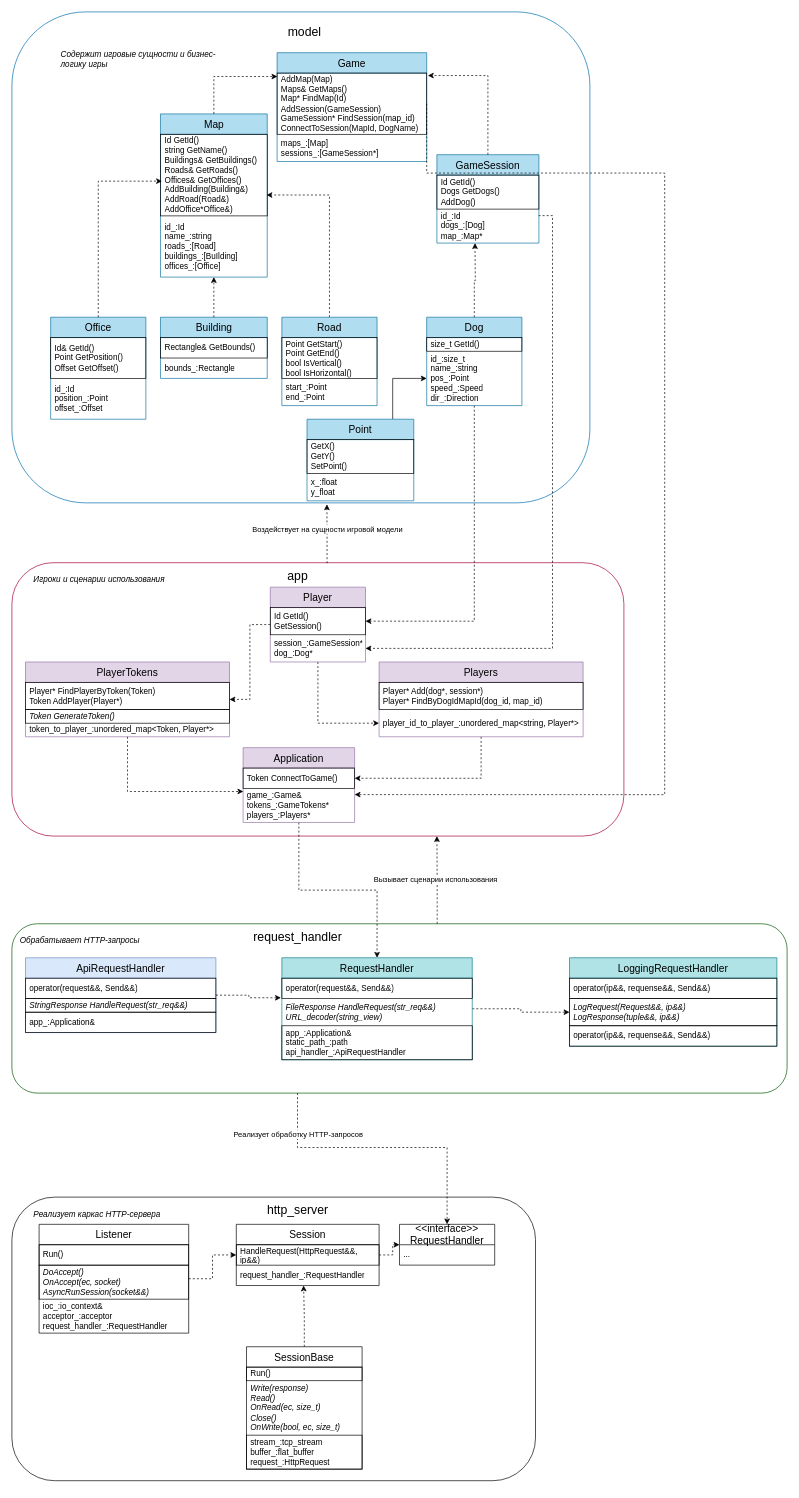
Lest152/useful_code keeps this draw.io diagram as myGame.drawio. Above is the earlier version. Source tidied: cells renumbered, new cells numbered last; positions are measured from the earlier drawing's top-left corner, leaving out a move shared by most shapes. Both pictures are drawn from the tidied source at 68%, with x=0, y=0 at pixel (12, 12).
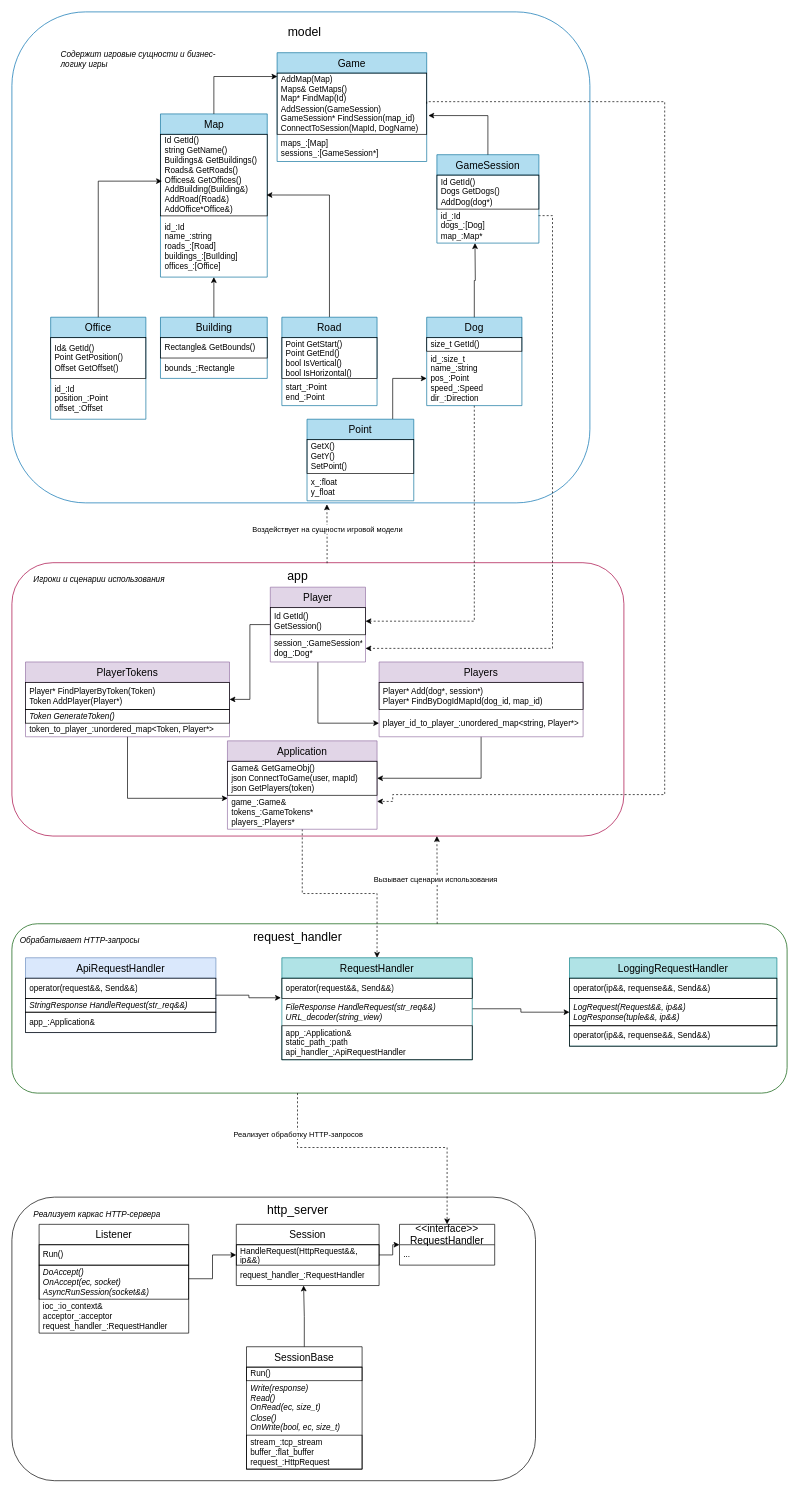
Above is the later version.

The change refers to these unchanged cells:
```xml
<mxCell id="5" value="AddMap(Map)&lt;br&gt;Maps&amp;amp; GetMaps()&lt;br&gt;Map* FindMap(Id)&lt;br&gt;AddSession(GameSession)&lt;br&gt;GameSession* FindSession(map_id)&lt;br&gt;ConnectToSession(MapId, DogName)" style="text;strokeColor=default;fillColor=none;align=left;verticalAlign=middle;spacingLeft=4;spacingRight=4;overflow=hidden;points=[[0,0.5],[1,0.5]];portConstraint=eastwest;whiteSpace=wrap;html=1;shadow=0;" parent="4" vertex="1">
  <mxGeometry y="30" width="220" height="90" as="geometry" />
</mxCell>
<mxCell id="7" value="&lt;font style=&quot;font-size: 15px;&quot;&gt;Map&lt;/font&gt;" style="swimlane;fontStyle=0;horizontal=1;startSize=30;whiteSpace=wrap;html=1;fillColor=#b1ddf0;strokeColor=#10739e;" parent="1" vertex="1">
  <mxGeometry x="218.5" y="150" width="157" height="240" as="geometry" />
</mxCell>
<mxCell id="8" value="Id GetId()&lt;br&gt;string GetName()&lt;br&gt;Buildings&amp;amp; GetBuildings()&lt;br&gt;Roads&amp;amp; GetRoads()&lt;br&gt;Offices&amp;amp; GetOffices()&lt;br&gt;AddBuilding(Building&amp;amp;)&lt;br&gt;AddRoad(Road&amp;amp;)&lt;br&gt;AddOffice*Office&amp;amp;)" style="text;strokeColor=default;fillColor=none;align=left;verticalAlign=middle;spacingLeft=4;spacingRight=4;overflow=hidden;points=[[0,0.5],[1,0.5]];portConstraint=eastwest;whiteSpace=wrap;html=1;" parent="7" vertex="1">
  <mxGeometry y="30" width="157" height="120" as="geometry" />
</mxCell>
<mxCell id="11" value="&lt;font style=&quot;font-size: 15px;&quot;&gt;GameSession&lt;/font&gt;" style="swimlane;fontStyle=0;horizontal=1;startSize=30;whiteSpace=wrap;html=1;fillColor=#b1ddf0;strokeColor=#10739e;" parent="1" vertex="1">
  <mxGeometry x="625" y="210" width="150" height="130" as="geometry" />
</mxCell>
<mxCell id="21" value="&lt;span style=&quot;font-size: 15px;&quot;&gt;Player&lt;/span&gt;" style="swimlane;fontStyle=0;horizontal=1;startSize=30;whiteSpace=wrap;html=1;fillColor=#e1d5e7;strokeColor=#9673a6;" parent="1" vertex="1">
  <mxGeometry x="380" y="846" width="140" height="110" as="geometry" />
</mxCell>
<mxCell id="33" value="&lt;span style=&quot;font-size: 15px;&quot;&gt;RequestHandler&lt;/span&gt;" style="swimlane;fontStyle=0;horizontal=1;startSize=30;whiteSpace=wrap;html=1;fillColor=#b0e3e6;strokeColor=#0e8088;" parent="1" vertex="1">
  <mxGeometry x="397" y="1391" width="280" height="150" as="geometry" />
</mxCell>
<mxCell id="34" value="operator(request&amp;amp;&amp;amp;, Send&amp;amp;&amp;amp;)" style="text;strokeColor=default;fillColor=none;align=left;verticalAlign=middle;spacingLeft=4;spacingRight=4;overflow=hidden;points=[[0,0.5],[1,0.5]];portConstraint=eastwest;whiteSpace=wrap;html=1;" parent="33" vertex="1">
  <mxGeometry y="30" width="280" height="30" as="geometry" />
</mxCell>
<mxCell id="44" value="&lt;span style=&quot;font-size: 15px;&quot;&gt;Session&lt;/span&gt;" style="swimlane;fontStyle=0;horizontal=1;startSize=30;whiteSpace=wrap;html=1;" parent="1" vertex="1">
  <mxGeometry x="330" y="1783" width="210" height="90" as="geometry" />
</mxCell>
<mxCell id="51" value="&lt;span style=&quot;font-size: 15px;&quot;&gt;Listener&lt;/span&gt;" style="swimlane;fontStyle=0;horizontal=1;startSize=30;whiteSpace=wrap;html=1;" parent="1" vertex="1">
  <mxGeometry x="40" y="1783" width="220" height="160" as="geometry" />
</mxCell>
<mxCell id="55" value="&lt;span style=&quot;font-size: 15px;&quot;&gt;&amp;lt;&amp;lt;interface&amp;gt;&amp;gt;&lt;br&gt;RequestHandler&lt;br&gt;&lt;/span&gt;" style="swimlane;fontStyle=0;horizontal=1;startSize=30;whiteSpace=wrap;html=1;" parent="1" vertex="1">
  <mxGeometry x="570" y="1783" width="140" height="60" as="geometry" />
</mxCell>
<mxCell id="57" value="&lt;font style=&quot;font-size: 15px;&quot;&gt;Office&lt;/font&gt;" style="swimlane;fontStyle=0;horizontal=1;startSize=30;whiteSpace=wrap;html=1;fillColor=#b1ddf0;strokeColor=#10739e;" parent="1" vertex="1">
  <mxGeometry x="57" y="449" width="140" height="150" as="geometry" />
</mxCell>
<mxCell id="60" value="&lt;font style=&quot;font-size: 15px;&quot;&gt;Building&lt;/font&gt;" style="swimlane;fontStyle=0;horizontal=1;startSize=30;whiteSpace=wrap;html=1;fillColor=#b1ddf0;strokeColor=#10739e;" parent="1" vertex="1">
  <mxGeometry x="218.5" y="449" width="157" height="90" as="geometry" />
</mxCell>
<mxCell id="64" value="&lt;font style=&quot;font-size: 15px;&quot;&gt;Road&lt;/font&gt;" style="swimlane;fontStyle=0;horizontal=1;startSize=30;whiteSpace=wrap;html=1;fillColor=#b1ddf0;strokeColor=#10739e;" parent="1" vertex="1">
  <mxGeometry x="397" y="449" width="140" height="130" as="geometry" />
</mxCell>
<mxCell id="70" value="&lt;font style=&quot;font-size: 15px;&quot;&gt;Dog&lt;/font&gt;" style="swimlane;fontStyle=0;horizontal=1;startSize=30;whiteSpace=wrap;html=1;fillColor=#b1ddf0;strokeColor=#10739e;" parent="1" vertex="1">
  <mxGeometry x="610" y="449" width="140" height="130" as="geometry" />
</mxCell>
<mxCell id="75" value="LogRequest(Request&amp;amp;&amp;amp;, ip&amp;amp;&amp;amp;)&lt;br&gt;LogResponse(tuple&amp;amp;&amp;amp;, ip&amp;amp;&amp;amp;)" style="text;strokeColor=default;fillColor=none;align=left;verticalAlign=middle;spacingLeft=4;spacingRight=4;overflow=hidden;points=[[0,0.5],[1,0.5]];portConstraint=eastwest;whiteSpace=wrap;html=1;fontStyle=2;" parent="73" vertex="1">
  <mxGeometry y="60" width="305" height="40" as="geometry" />
</mxCell>
<mxCell id="77" value="&lt;span style=&quot;font-size: 15px;&quot;&gt;SessionBase&lt;/span&gt;" style="swimlane;fontStyle=0;horizontal=1;startSize=30;whiteSpace=wrap;html=1;" parent="1" vertex="1">
  <mxGeometry x="345" y="1963" width="170" height="180" as="geometry" />
</mxCell>
<mxCell id="82" value="&lt;span style=&quot;font-size: 15px;&quot;&gt;PlayerTokens&lt;/span&gt;" style="swimlane;fontStyle=0;horizontal=1;startSize=30;whiteSpace=wrap;html=1;fillColor=#e1d5e7;strokeColor=#9673a6;" parent="1" vertex="1">
  <mxGeometry x="20" y="956" width="300" height="110" as="geometry" />
</mxCell>
<mxCell id="87" value="&lt;span style=&quot;font-size: 15px;&quot;&gt;Players&lt;/span&gt;" style="swimlane;fontStyle=0;horizontal=1;startSize=30;whiteSpace=wrap;html=1;fillColor=#e1d5e7;strokeColor=#9673a6;" parent="1" vertex="1">
  <mxGeometry x="540" y="956" width="300" height="110" as="geometry" />
</mxCell>
<mxCell id="89" value="player_id_to_player_:unordered_map&amp;lt;string, Player*&amp;gt;" style="text;strokeColor=none;fillColor=none;align=left;verticalAlign=middle;spacingLeft=4;spacingRight=4;overflow=hidden;points=[[0,0.5],[1,0.5]];portConstraint=eastwest;whiteSpace=wrap;html=1;" parent="87" vertex="1">
  <mxGeometry y="70" width="300" height="40" as="geometry" />
</mxCell>
<mxCell id="90" value="&lt;span style=&quot;font-size: 15px;&quot;&gt;ApiRequestHandler&lt;/span&gt;" style="swimlane;fontStyle=0;horizontal=1;startSize=30;whiteSpace=wrap;html=1;fillColor=#dae8fc;strokeColor=#6c8ebf;" parent="1" vertex="1">
  <mxGeometry x="20" y="1391" width="280" height="110" as="geometry" />
</mxCell>
```

What changed in the source:
```diff
@@
-    <mxCell id="12" value="&lt;span&gt;Id GetId()&lt;br&gt;Dogs GetDogs()&lt;br&gt;AddDog()&lt;br&gt;&lt;/span&gt;" style="text;strokeColor=default;fillColor=none;align=left;verticalAlign=middle;spacingLeft=4;spacingRight=4;overflow=hidden;whiteSpace=wrap;html=1;fontStyle=0;" parent="11" vertex="1">
+    <mxCell id="12" value="&lt;span&gt;Id GetId()&lt;br&gt;Dogs GetDogs()&lt;br&gt;AddDog(dog*)&lt;br&gt;&lt;/span&gt;" style="text;strokeColor=default;fillColor=none;align=left;verticalAlign=middle;spacingLeft=4;spacingRight=4;overflow=hidden;whiteSpace=wrap;html=1;fontStyle=0;" parent="11" vertex="1">
       <mxGeometry y="30" width="150" height="50" as="geometry" />
     </mxCell>
@@
-    <mxCell id="14" style="edgeStyle=orthogonalEdgeStyle;rounded=0;jettySize=auto;html=1;exitX=0.5;exitY=0;exitDx=0;exitDy=0;entryX=0.002;entryY=0.056;entryDx=0;entryDy=0;entryPerimeter=0;dashed=1;" parent="1" edge="1" source="7" target="5">
+    <mxCell id="14" style="edgeStyle=orthogonalEdgeStyle;rounded=0;jettySize=auto;html=1;exitX=0.5;exitY=0;exitDx=0;exitDy=0;entryX=0.002;entryY=0.056;entryDx=0;entryDy=0;entryPerimeter=0;" parent="1" edge="1" source="7" target="5">
       <mxGeometry relative="1" as="geometry" />
     </mxCell>
-    <mxCell id="15" style="edgeStyle=orthogonalEdgeStyle;rounded=0;jettySize=auto;html=1;exitX=0.5;exitY=0;exitDx=0;exitDy=0;entryX=1.008;entryY=0.04;entryDx=0;entryDy=0;entryPerimeter=0;dashed=1;" parent="1" edge="1" source="11" target="5">
+    <mxCell id="15" style="edgeStyle=orthogonalEdgeStyle;rounded=0;jettySize=auto;html=1;exitX=0.5;exitY=0;exitDx=0;exitDy=0;entryX=1.011;entryY=0.694;entryDx=0;entryDy=0;entryPerimeter=0;" parent="1" edge="1" source="11" target="5">
       <mxGeometry relative="1" as="geometry" />
     </mxCell>
@@
-    <mxCell id="19" style="edgeStyle=orthogonalEdgeStyle;rounded=0;jettySize=auto;html=1;dashed=1;" parent="1" edge="1" source="21" target="82">
+    <mxCell id="19" style="edgeStyle=orthogonalEdgeStyle;rounded=0;jettySize=auto;html=1;" parent="1" edge="1" source="21" target="82">
       <mxGeometry relative="1" as="geometry" />
     </mxCell>
-    <mxCell id="20" style="edgeStyle=orthogonalEdgeStyle;rounded=0;jettySize=auto;html=1;dashed=1;" parent="1" edge="1" source="21" target="89">
+    <mxCell id="20" style="edgeStyle=orthogonalEdgeStyle;rounded=0;jettySize=auto;html=1;" parent="1" edge="1" source="21" target="89">
       <mxGeometry relative="1" as="geometry" />
     </mxCell>
@@
-    <mxCell id="32" style="edgeStyle=orthogonalEdgeStyle;rounded=0;jettySize=auto;html=1;entryX=0;entryY=0.5;entryDx=0;entryDy=0;dashed=1;" parent="1" edge="1" source="33" target="75">
+    <mxCell id="32" style="edgeStyle=orthogonalEdgeStyle;rounded=0;jettySize=auto;html=1;entryX=0;entryY=0.5;entryDx=0;entryDy=0;" parent="1" edge="1" source="33" target="75">
       <mxGeometry relative="1" as="geometry" />
     </mxCell>
@@
-    <mxCell id="43" style="edgeStyle=orthogonalEdgeStyle;rounded=0;jettySize=auto;html=1;entryX=0;entryY=0.5;entryDx=0;entryDy=0;dashed=1;" parent="1" edge="1" source="44" target="55">
+    <mxCell id="43" style="edgeStyle=orthogonalEdgeStyle;rounded=0;jettySize=auto;html=1;entryX=0;entryY=0.5;entryDx=0;entryDy=0;" parent="1" edge="1" source="44" target="55">
       <mxGeometry relative="1" as="geometry" />
     </mxCell>
@@
-    <mxCell id="50" style="edgeStyle=orthogonalEdgeStyle;rounded=0;jettySize=auto;html=1;entryX=0;entryY=0.5;entryDx=0;entryDy=0;dashed=1;" parent="1" edge="1" source="51" target="44">
+    <mxCell id="50" style="edgeStyle=orthogonalEdgeStyle;rounded=0;jettySize=auto;html=1;entryX=0;entryY=0.5;entryDx=0;entryDy=0;" parent="1" edge="1" source="51" target="44">
       <mxGeometry relative="1" as="geometry" />
     </mxCell>
@@
-    <mxCell id="63" style="edgeStyle=orthogonalEdgeStyle;rounded=0;jettySize=auto;html=1;entryX=0.993;entryY=0.744;entryDx=0;entryDy=0;dashed=1;entryPerimeter=0;" parent="1" edge="1" source="64" target="8">
+    <mxCell id="63" style="edgeStyle=orthogonalEdgeStyle;rounded=0;jettySize=auto;html=1;entryX=0.993;entryY=0.744;entryDx=0;entryDy=0;entryPerimeter=0;" parent="1" edge="1" source="64" target="8">
       <mxGeometry relative="1" as="geometry">
         <Array as="points">
           <mxPoint x="467" y="270" />
           <mxPoint x="374" y="270" />
         </Array>
       </mxGeometry>
     </mxCell>
@@
-    <mxCell id="67" style="edgeStyle=orthogonalEdgeStyle;rounded=0;jettySize=auto;html=1;entryX=0.014;entryY=0.574;entryDx=0;entryDy=0;entryPerimeter=0;dashed=1;" parent="1" edge="1" source="57" target="8">
+    <mxCell id="67" style="edgeStyle=orthogonalEdgeStyle;rounded=0;jettySize=auto;html=1;entryX=0.014;entryY=0.574;entryDx=0;entryDy=0;entryPerimeter=0;" parent="1" edge="1" source="57" target="8">
       <mxGeometry relative="1" as="geometry" />
     </mxCell>
-    <mxCell id="68" style="edgeStyle=orthogonalEdgeStyle;rounded=0;jettySize=auto;html=1;exitX=0.5;exitY=0;exitDx=0;exitDy=0;entryX=0.5;entryY=1;entryDx=0;entryDy=0;dashed=1;" parent="1" edge="1" source="60" target="7">
+    <mxCell id="68" style="edgeStyle=orthogonalEdgeStyle;rounded=0;jettySize=auto;html=1;exitX=0.5;exitY=0;exitDx=0;exitDy=0;entryX=0.5;entryY=1;entryDx=0;entryDy=0;" parent="1" edge="1" source="60" target="7">
       <mxGeometry relative="1" as="geometry" />
     </mxCell>
@@
-    <mxCell id="81" style="edgeStyle=orthogonalEdgeStyle;rounded=0;jettySize=auto;html=1;dashed=1;" parent="1" edge="1" source="77">
+    <mxCell id="81" style="edgeStyle=orthogonalEdgeStyle;rounded=0;jettySize=auto;html=1;" parent="1" edge="1" source="77">
       <mxGeometry relative="1" as="geometry">
         <mxPoint x="429" y="1873" as="targetPoint" />
       </mxGeometry>
     </mxCell>
@@
-    <mxCell id="86" style="edgeStyle=orthogonalEdgeStyle;rounded=0;jettySize=auto;html=1;entryX=1;entryY=0.5;entryDx=0;entryDy=0;dashed=1;" parent="1" edge="1" source="87" target="98">
+    <mxCell id="86" style="edgeStyle=orthogonalEdgeStyle;rounded=0;jettySize=auto;html=1;entryX=1;entryY=0.5;entryDx=0;entryDy=0;" parent="1" edge="1" source="87" target="98">
       <mxGeometry relative="1" as="geometry" />
     </mxCell>
@@
-    <mxCell id="94" style="edgeStyle=orthogonalEdgeStyle;rounded=0;jettySize=auto;html=1;entryX=-0.005;entryY=0.961;entryDx=0;entryDy=0;entryPerimeter=0;dashed=1;" parent="1" edge="1" source="90" target="34">
+    <mxCell id="94" style="edgeStyle=orthogonalEdgeStyle;rounded=0;jettySize=auto;html=1;entryX=-0.005;entryY=0.961;entryDx=0;entryDy=0;entryPerimeter=0;" parent="1" edge="1" source="90" target="34">
       <mxGeometry relative="1" as="geometry" />
     </mxCell>
-    <mxCell id="95" style="edgeStyle=orthogonalEdgeStyle;rounded=0;jettySize=auto;html=1;dashed=1;" parent="1" edge="1" source="70">
+    <mxCell id="95" style="edgeStyle=orthogonalEdgeStyle;rounded=0;jettySize=auto;html=1;" parent="1" edge="1" source="70">
       <mxGeometry relative="1" as="geometry">
         <mxPoint x="681" y="340" as="targetPoint" />
       </mxGeometry>
     </mxCell>
@@
     <mxCell id="97" value="&lt;span style=&quot;font-size: 15px;&quot;&gt;Application&lt;/span&gt;" style="swimlane;fontStyle=0;horizontal=1;startSize=30;whiteSpace=wrap;html=1;fillColor=#e1d5e7;strokeColor=#9673a6;" parent="1" vertex="1">
-      <mxGeometry x="340" y="1082" width="164" height="110" as="geometry" />
+      <mxGeometry x="317" y="1072" width="220" height="130" as="geometry" />
     </mxCell>
-    <mxCell id="98" value="Token ConnectToGame()" style="text;strokeColor=default;fillColor=none;align=left;verticalAlign=middle;spacingLeft=4;spacingRight=4;overflow=hidden;points=[[0,0.5],[1,0.5]];portConstraint=eastwest;whiteSpace=wrap;html=1;" parent="97" vertex="1">
-      <mxGeometry y="30" width="164" height="30" as="geometry" />
+    <mxCell id="98" value="Game&amp;amp; GetGameObj()&lt;br&gt;json ConnectToGame(user, mapId)&lt;br&gt;json GetPlayers(token)" style="text;strokeColor=default;fillColor=none;align=left;verticalAlign=middle;spacingLeft=4;spacingRight=4;overflow=hidden;points=[[0,0.5],[1,0.5]];portConstraint=eastwest;whiteSpace=wrap;html=1;" parent="97" vertex="1">
+      <mxGeometry y="30" width="220" height="50" as="geometry" />
     </mxCell>
     <mxCell id="99" value="game_:Game&amp;amp;&lt;br&gt;tokens_:GameTokens*&lt;br&gt;players_:Players*" style="text;strokeColor=none;fillColor=none;align=left;verticalAlign=middle;spacingLeft=4;spacingRight=4;overflow=hidden;points=[[0,0.5],[1,0.5]];portConstraint=eastwest;whiteSpace=wrap;html=1;" parent="97" vertex="1">
-      <mxGeometry y="60" width="164" height="50" as="geometry" />
+      <mxGeometry y="80" width="220" height="50" as="geometry" />
     </mxCell>
     <mxCell id="100" style="edgeStyle=orthogonalEdgeStyle;rounded=0;jettySize=auto;html=1;entryX=1;entryY=0.181;entryDx=0;entryDy=0;entryPerimeter=0;exitX=1;exitY=0.5;exitDx=0;exitDy=0;dashed=1;" parent="1" edge="1" source="5" target="99">
       <mxGeometry relative="1" as="geometry">
         <Array as="points">
-          <mxPoint x="960" y="237" />
+          <mxPoint x="610" y="132" />
+          <mxPoint x="960" y="132" />
           <mxPoint x="960" y="1151" />
+          <mxPoint x="560" y="1151" />
+          <mxPoint x="560" y="1161" />
         </Array>
       </mxGeometry>
     </mxCell>
-    <mxCell id="101" style="edgeStyle=orthogonalEdgeStyle;rounded=0;jettySize=auto;html=1;entryX=0.002;entryY=0.089;entryDx=0;entryDy=0;entryPerimeter=0;dashed=1;" parent="1" edge="1" source="82" target="99">
+    <mxCell id="101" style="edgeStyle=orthogonalEdgeStyle;rounded=0;jettySize=auto;html=1;entryX=0.002;entryY=0.089;entryDx=0;entryDy=0;entryPerimeter=0;" parent="1" edge="1" source="82" target="99">
       <mxGeometry relative="1" as="geometry" />
     </mxCell>
```
